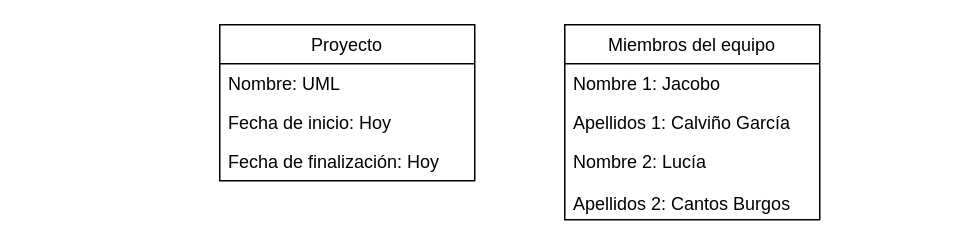
Trabajos-grupales/UML keeps this draw.io diagram as Ejercicio_07.drawio. Above is the earlier version. Source tidied: cells renumbered, new cells numbered last; positions are measured from the earlier drawing's top-left corner, leaving out a move shared by most shapes. Both pictures are drawn from the tidied source at 150%, with x=0, y=0 at pixel (219, 24).
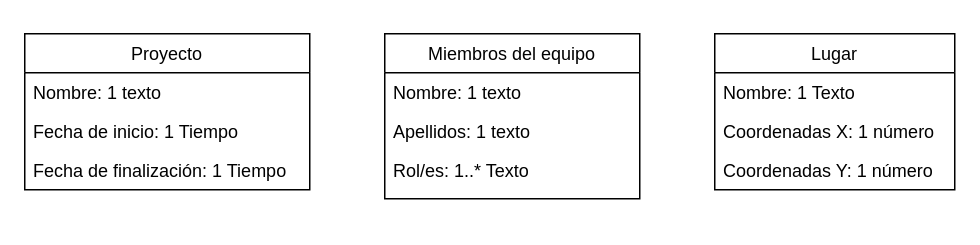
After the change.

Change to the diagram source:
```diff
@@
 <mxGraphModel>
   <root>
     <mxCell id="0" />
     <mxCell id="1" parent="0" />
     <mxCell id="2" value="Proyecto" style="swimlane;fontStyle=0;horizontal=1;startSize=26;fillColor=none;" parent="1" vertex="1">
-      <mxGeometry width="170" height="104" as="geometry" />
+      <mxGeometry x="-130" y="6" width="190" height="104" as="geometry" />
     </mxCell>
-    <mxCell id="3" value="Nombre: UML" style="text;strokeColor=none;fillColor=none;align=left;verticalAlign=top;spacingLeft=4;spacingRight=4;overflow=hidden;" parent="2" vertex="1">
-      <mxGeometry y="26" width="170" height="26" as="geometry" />
+    <mxCell id="3" value="Nombre: 1 texto" style="text;strokeColor=none;fillColor=none;align=left;verticalAlign=top;spacingLeft=4;spacingRight=4;overflow=hidden;" parent="2" vertex="1">
+      <mxGeometry y="26" width="190" height="26" as="geometry" />
     </mxCell>
-    <mxCell id="4" value="Fecha de inicio: Hoy" style="text;strokeColor=none;fillColor=none;align=left;verticalAlign=top;spacingLeft=4;spacingRight=4;overflow=hidden;" parent="2" vertex="1">
-      <mxGeometry y="52" width="170" height="26" as="geometry" />
+    <mxCell id="4" value="Fecha de inicio: 1 Tiempo" style="text;strokeColor=none;fillColor=none;align=left;verticalAlign=top;spacingLeft=4;spacingRight=4;overflow=hidden;" parent="2" vertex="1">
+      <mxGeometry y="52" width="190" height="26" as="geometry" />
     </mxCell>
-    <mxCell id="5" value="Fecha de finalización: Hoy" style="text;strokeColor=none;fillColor=none;align=left;verticalAlign=top;spacingLeft=4;spacingRight=4;overflow=hidden;" parent="2" vertex="1">
-      <mxGeometry y="78" width="170" height="26" as="geometry" />
+    <mxCell id="5" value="Fecha de finalización: 1 Tiempo" style="text;strokeColor=none;fillColor=none;align=left;verticalAlign=top;spacingLeft=4;spacingRight=4;overflow=hidden;" parent="2" vertex="1">
+      <mxGeometry y="78" width="190" height="26" as="geometry" />
     </mxCell>
     <mxCell id="6" value="Miembros del equipo" style="swimlane;fontStyle=0;horizontal=1;startSize=26;fillColor=none;" parent="1" vertex="1">
-      <mxGeometry x="230" width="170" height="130" as="geometry" />
+      <mxGeometry x="110" y="6" width="170" height="110" as="geometry" />
     </mxCell>
-    <mxCell id="7" value="Nombre 1: Jacobo" style="text;strokeColor=none;fillColor=none;align=left;verticalAlign=top;spacingLeft=4;spacingRight=4;overflow=hidden;" parent="6" vertex="1">
+    <mxCell id="7" value="Nombre: 1 texto" style="text;strokeColor=none;fillColor=none;align=left;verticalAlign=top;spacingLeft=4;spacingRight=4;overflow=hidden;" parent="6" vertex="1">
       <mxGeometry y="26" width="170" height="26" as="geometry" />
     </mxCell>
-    <mxCell id="8" value="Apellidos 1: Calviño García" style="text;strokeColor=none;fillColor=none;align=left;verticalAlign=top;spacingLeft=4;spacingRight=4;overflow=hidden;" parent="6" vertex="1">
+    <mxCell id="8" value="Apellidos: 1 texto " style="text;strokeColor=none;fillColor=none;align=left;verticalAlign=top;spacingLeft=4;spacingRight=4;overflow=hidden;" parent="6" vertex="1">
       <mxGeometry y="52" width="170" height="26" as="geometry" />
     </mxCell>
-    <mxCell id="9" value="Nombre 2: Lucía&#10;&#10;Apellidos 2: Cantos Burgos" style="text;strokeColor=none;fillColor=none;align=left;verticalAlign=top;spacingLeft=4;spacingRight=4;overflow=hidden;" parent="6" vertex="1">
-      <mxGeometry y="78" width="170" height="52" as="geometry" />
+    <mxCell id="9" value="Rol/es: 1..* Texto" style="text;strokeColor=none;fillColor=none;align=left;verticalAlign=top;spacingLeft=4;spacingRight=4;overflow=hidden;" parent="6" vertex="1">
+      <mxGeometry y="78" width="170" height="32" as="geometry" />
     </mxCell>
+    <mxCell id="10" value="Lugar" style="swimlane;fontStyle=0;horizontal=1;startSize=26;fillColor=none;" parent="1" vertex="1">
+      <mxGeometry x="330" y="6" width="160" height="104" as="geometry" />
+    </mxCell>
+    <mxCell id="11" value="Nombre: 1 Texto" style="text;strokeColor=none;fillColor=none;align=left;verticalAlign=top;spacingLeft=4;spacingRight=4;overflow=hidden;" parent="10" vertex="1">
+      <mxGeometry y="26" width="160" height="26" as="geometry" />
+    </mxCell>
+    <mxCell id="12" value="Coordenadas X: 1 número" style="text;strokeColor=none;fillColor=none;align=left;verticalAlign=top;spacingLeft=4;spacingRight=4;overflow=hidden;" parent="10" vertex="1">
+      <mxGeometry y="52" width="160" height="26" as="geometry" />
+    </mxCell>
+    <mxCell id="13" value="Coordenadas Y: 1 número" style="text;strokeColor=none;fillColor=none;align=left;verticalAlign=top;spacingLeft=4;spacingRight=4;overflow=hidden;" parent="10" vertex="1">
+      <mxGeometry y="78" width="160" height="26" as="geometry" />
+    </mxCell>
   </root>
 </mxGraphModel>
```
